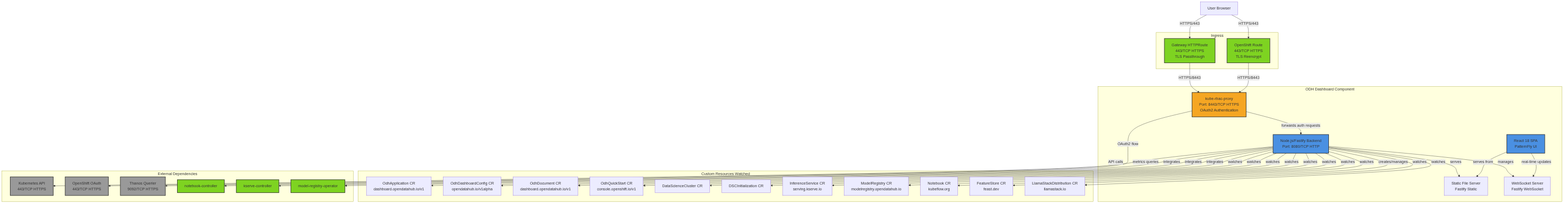
This is architecture/rhoai-3.0/diagrams/odh-dashboard-component.png from rhuss/architecture-context, a Mermaid export, as it was before one commit. Its source is kept beside it as architecture/rhoai-3.0/diagrams/odh-dashboard-component.mmd. The source it was exported from:
```mermaid
graph TB
    subgraph "ODH Dashboard Component"
        Frontend[React 18 SPA<br/>PatternFly UI]
        Backend[Node.js/Fastify Backend<br/>Port: 8080/TCP HTTP]
        Proxy[kube-rbac-proxy<br/>Port: 8443/TCP HTTPS<br/>OAuth2 Authentication]
        StaticServer[Static File Server<br/>Fastify Static]
        WebSocket[WebSocket Server<br/>Fastify WebSocket]

        Frontend -->|serves from| StaticServer
        Frontend -->|real-time updates| WebSocket
        Proxy -->|forwards auth requests| Backend
        Backend -->|serves| StaticServer
        Backend -->|manages| WebSocket
    end

    subgraph "Custom Resources Watched"
        OdhApp[OdhApplication CR<br/>dashboard.opendatahub.io/v1]
        OdhConfig[OdhDashboardConfig CR<br/>opendatahub.io/v1alpha]
        OdhDoc[OdhDocument CR<br/>dashboard.opendatahub.io/v1]
        QuickStart[OdhQuickStart CR<br/>console.openshift.io/v1]
        DSC[DataScienceCluster CR]
        DSCI[DSCInitialization CR]
        InferenceService[InferenceService CR<br/>serving.kserve.io]
        ModelRegistry[ModelRegistry CR<br/>modelregistry.opendatahub.io]
        Notebook[Notebook CR<br/>kubeflow.org]
        FeatureStore[FeatureStore CR<br/>feast.dev]
        LlamaStack[LlamaStackDistribution CR<br/>llamastack.io]
    end

    subgraph "External Dependencies"
        K8sAPI[Kubernetes API<br/>443/TCP HTTPS]
        OAuth[OpenShift OAuth<br/>443/TCP HTTPS]
        Thanos[Thanos Querier<br/>9092/TCP HTTPS]
        NotebookController[notebook-controller]
        KServeController[kserve-controller]
        ModelRegOp[model-registry-operator]
    end

    subgraph "Ingress"
        Route[OpenShift Route<br/>443/TCP HTTPS<br/>TLS Reencrypt]
        Gateway[Gateway HTTPRoute<br/>443/TCP HTTPS<br/>TLS Passthrough]
    end

    User[User Browser] -->|HTTPS/443| Route
    User -->|HTTPS/443| Gateway
    Route -->|HTTPS/8443| Proxy
    Gateway -->|HTTPS/8443| Proxy

    Backend -->|API calls| K8sAPI
    Proxy -->|OAuth2 flow| OAuth
    Backend -->|metrics queries| Thanos

    Backend -->|watches| OdhApp
    Backend -->|watches| OdhConfig
    Backend -->|watches| OdhDoc
    Backend -->|watches| QuickStart
    Backend -->|watches| DSC
    Backend -->|watches| DSCI
    Backend -->|watches| InferenceService
    Backend -->|watches| ModelRegistry
    Backend -->|creates/manages| Notebook
    Backend -->|watches| FeatureStore
    Backend -->|watches| LlamaStack

    Backend -->|integrates| NotebookController
    Backend -->|integrates| KServeController
    Backend -->|integrates| ModelRegOp

    style Frontend fill:#4a90e2,stroke:#333,stroke-width:2px
    style Backend fill:#4a90e2,stroke:#333,stroke-width:2px
    style Proxy fill:#f5a623,stroke:#333,stroke-width:2px
    style K8sAPI fill:#999,stroke:#333,stroke-width:2px
    style OAuth fill:#999,stroke:#333,stroke-width:2px
    style Thanos fill:#999,stroke:#333,stroke-width:2px
    style Route fill:#7ed321,stroke:#333,stroke-width:2px
    style Gateway fill:#7ed321,stroke:#333,stroke-width:2px
    style NotebookController fill:#7ed321,stroke:#333,stroke-width:2px
    style KServeController fill:#7ed321,stroke:#333,stroke-width:2px
    style ModelRegOp fill:#7ed321,stroke:#333,stroke-width:2px
```
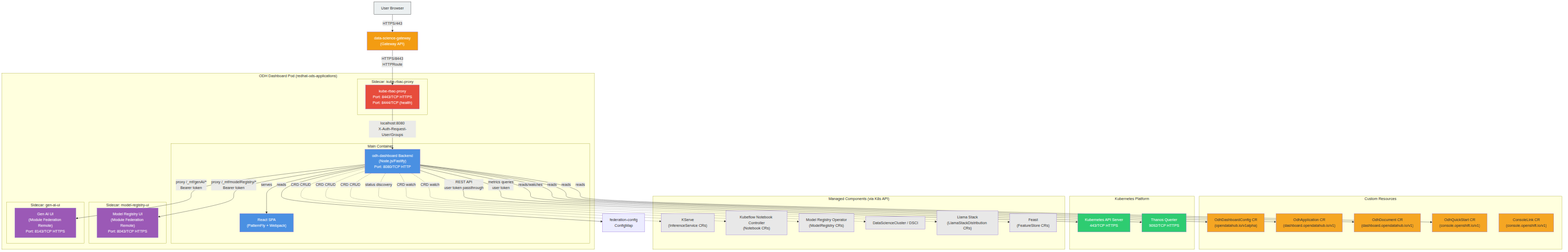
The same diagram one commit later.

Change to the diagram source:
```diff
@@ -1,79 +1,90 @@
+
 graph TB
-    subgraph "ODH Dashboard Component"
-        Frontend[React 18 SPA<br/>PatternFly UI]
-        Backend[Node.js/Fastify Backend<br/>Port: 8080/TCP HTTP]
-        Proxy[kube-rbac-proxy<br/>Port: 8443/TCP HTTPS<br/>OAuth2 Authentication]
-        StaticServer[Static File Server<br/>Fastify Static]
-        WebSocket[WebSocket Server<br/>Fastify WebSocket]
+    subgraph "ODH Dashboard Pod (redhat-ods-applications)"
+        direction TB
+        subgraph "Main Container"
+            Backend["odh-dashboard Backend<br/>(Node.js/Fastify)<br/>Port: 8080/TCP HTTP"]
+            Frontend["React SPA<br/>(PatternFly + Webpack)"]
+            Backend -->|serves| Frontend
+        end
 
-        Frontend -->|serves from| StaticServer
-        Frontend -->|real-time updates| WebSocket
-        Proxy -->|forwards auth requests| Backend
-        Backend -->|serves| StaticServer
-        Backend -->|manages| WebSocket
+        subgraph "Sidecar: kube-rbac-proxy"
+            KRBP["kube-rbac-proxy<br/>Port: 8443/TCP HTTPS<br/>Port: 8444/TCP (health)"]
+        end
+
+        subgraph "Sidecar: model-registry-ui"
+            MRUI["Model Registry UI<br/>(Module Federation Remote)<br/>Port: 8043/TCP HTTPS"]
+        end
+
+        subgraph "Sidecar: gen-ai-ui"
+            GAUI["Gen AI UI<br/>(Module Federation Remote)<br/>Port: 8143/TCP HTTPS"]
+        end
+
+        KRBP -->|"localhost:8080<br/>X-Auth-Request-User/Groups"| Backend
+        Backend -->|"proxy /_mf/modelRegistry/*<br/>Bearer token"| MRUI
+        Backend -->|"proxy /_mf/genAi/*<br/>Bearer token"| GAUI
     end
 
-    subgraph "Custom Resources Watched"
-        OdhApp[OdhApplication CR<br/>dashboard.opendatahub.io/v1]
-        OdhConfig[OdhDashboardConfig CR<br/>opendatahub.io/v1alpha]
-        OdhDoc[OdhDocument CR<br/>dashboard.opendatahub.io/v1]
-        QuickStart[OdhQuickStart CR<br/>console.openshift.io/v1]
-        DSC[DataScienceCluster CR]
-        DSCI[DSCInitialization CR]
-        InferenceService[InferenceService CR<br/>serving.kserve.io]
-        ModelRegistry[ModelRegistry CR<br/>modelregistry.opendatahub.io]
-        Notebook[Notebook CR<br/>kubeflow.org]
-        FeatureStore[FeatureStore CR<br/>feast.dev]
-        LlamaStack[LlamaStackDistribution CR<br/>llamastack.io]
+    User["User Browser"] -->|"HTTPS/443"| Gateway["data-science-gateway<br/>(Gateway API)"]
+    Gateway -->|"HTTPS/8443<br/>HTTPRoute"| KRBP
+
+    subgraph "Custom Resources"
+        OdhDashboardConfig["OdhDashboardConfig CR<br/>(opendatahub.io/v1alpha)"]
+        OdhApplication["OdhApplication CR<br/>(dashboard.opendatahub.io/v1)"]
+        OdhDocument["OdhDocument CR<br/>(dashboard.opendatahub.io/v1)"]
+        OdhQuickStart["OdhQuickStart CR<br/>(console.openshift.io/v1)"]
+        ConsoleLink["ConsoleLink CR<br/>(console.openshift.io/v1)"]
     end
 
-    subgraph "External Dependencies"
-        K8sAPI[Kubernetes API<br/>443/TCP HTTPS]
-        OAuth[OpenShift OAuth<br/>443/TCP HTTPS]
-        Thanos[Thanos Querier<br/>9092/TCP HTTPS]
-        NotebookController[notebook-controller]
-        KServeController[kserve-controller]
-        ModelRegOp[model-registry-operator]
+    Backend -->|"reads/watches"| OdhDashboardConfig
+    Backend -->|"reads"| OdhApplication
+    Backend -->|"reads"| OdhDocument
+    Backend -->|"reads"| OdhQuickStart
+
+    subgraph "Kubernetes Platform"
+        K8sAPI["Kubernetes API Server<br/>443/TCP HTTPS"]
+        ThanosQuerier["Thanos Querier<br/>9092/TCP HTTPS"]
     end
 
-    subgraph "Ingress"
-        Route[OpenShift Route<br/>443/TCP HTTPS<br/>TLS Reencrypt]
-        Gateway[Gateway HTTPRoute<br/>443/TCP HTTPS<br/>TLS Passthrough]
+    Backend -->|"REST API<br/>user token passthrough"| K8sAPI
+    Backend -->|"metrics queries<br/>user token"| ThanosQuerier
+
+    subgraph "Managed Components (via K8s API)"
+        KServe["KServe<br/>(InferenceService CRs)"]
+        KubeflowNB["Kubeflow Notebook Controller<br/>(Notebook CRs)"]
+        ModelRegistry["Model Registry Operator<br/>(ModelRegistry CRs)"]
+        DSC["DataScienceCluster / DSCI"]
+        LlamaStack["Llama Stack<br/>(LlamaStackDistribution CRs)"]
+        Feast["Feast<br/>(FeatureStore CRs)"]
     end
 
-    User[User Browser] -->|HTTPS/443| Route
-    User -->|HTTPS/443| Gateway
-    Route -->|HTTPS/8443| Proxy
-    Gateway -->|HTTPS/8443| Proxy
+    Backend -.->|"CRD CRUD"| KServe
+    Backend -.->|"CRD CRUD"| KubeflowNB
+    Backend -.->|"CRD CRUD"| ModelRegistry
+    Backend -.->|"status discovery"| DSC
+    Backend -.->|"CRD watch"| LlamaStack
+    Backend -.->|"CRD watch"| Feast
 
-    Backend -->|API calls| K8sAPI
-    Proxy -->|OAuth2 flow| OAuth
-    Backend -->|metrics queries| Thanos
+    FedConfig["federation-config<br/>ConfigMap"]
+    Backend -->|"reads"| FedConfig
 
-    Backend -->|watches| OdhApp
-    Backend -->|watches| OdhConfig
-    Backend -->|watches| OdhDoc
-    Backend -->|watches| QuickStart
-    Backend -->|watches| DSC
-    Backend -->|watches| DSCI
-    Backend -->|watches| InferenceService
-    Backend -->|watches| ModelRegistry
-    Backend -->|creates/manages| Notebook
-    Backend -->|watches| FeatureStore
-    Backend -->|watches| LlamaStack
-
-    Backend -->|integrates| NotebookController
-    Backend -->|integrates| KServeController
-    Backend -->|integrates| ModelRegOp
-
-    style Frontend fill:#4a90e2,stroke:#333,stroke-width:2px
-    style Backend fill:#4a90e2,stroke:#333,stroke-width:2px
-    style Proxy fill:#f5a623,stroke:#333,stroke-width:2px
-    style K8sAPI fill:#999,stroke:#333,stroke-width:2px
-    style OAuth fill:#999,stroke:#333,stroke-width:2px
-    style Thanos fill:#999,stroke:#333,stroke-width:2px
-    style Route fill:#7ed321,stroke:#333,stroke-width:2px
-    style Gateway fill:#7ed321,stroke:#333,stroke-width:2px
-    style NotebookController fill:#7ed321,stroke:#333,stroke-width:2px
-    style KServeController fill:#7ed321,stroke:#333,stroke-width:2px
-    style ModelRegOp fill:#7ed321,stroke:#333,stroke-width:2px
+    style Backend fill:#4a90e2,color:#fff
+    style KRBP fill:#e74c3c,color:#fff
+    style MRUI fill:#9b59b6,color:#fff
+    style GAUI fill:#9b59b6,color:#fff
+    style Frontend fill:#4a90e2,color:#fff
+    style Gateway fill:#f39c12,color:#fff
+    style User fill:#ecf0f1,stroke:#333
+    style K8sAPI fill:#2ecc71,color:#fff
+    style ThanosQuerier fill:#2ecc71,color:#fff
+    style OdhDashboardConfig fill:#f5a623
+    style OdhApplication fill:#f5a623
+    style OdhDocument fill:#f5a623
+    style OdhQuickStart fill:#f5a623
+    style ConsoleLink fill:#f5a623
+    style KServe fill:#e8e8e8
+    style KubeflowNB fill:#e8e8e8
+    style ModelRegistry fill:#e8e8e8
+    style DSC fill:#e8e8e8
+    style LlamaStack fill:#e8e8e8
+    style Feast fill:#e8e8e8
```
